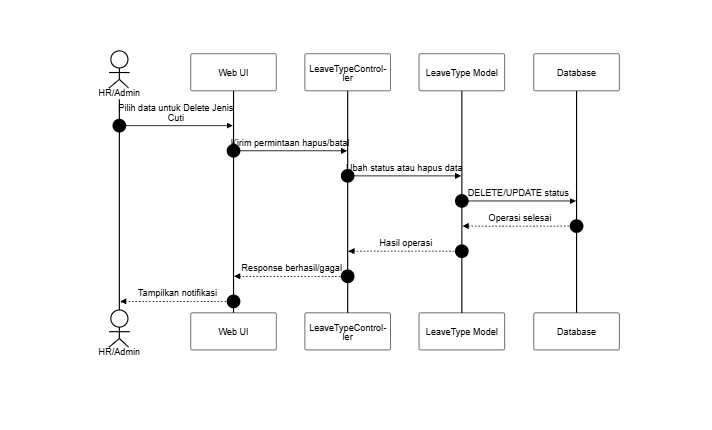
Above: docs/SequenceDiagram/PNG_Transparent/DataMasterJenisCuti-DeleteJenisCuti.png in SulaimanHafi23/SimpegRSHDI (Mermaid), before the change. Its source is kept beside it as docs/SequenceDiagram/DataMasterJenisCuti-DeleteJenisCuti.mermaid. Source of this version:
```mermaid
%%{init: {"theme": "base", "themeVariables": {"background": "#dddddd", "primaryColor": "#ffffff", "primaryBorderColor": "#000000", "primaryTextColor": "#000000", "lineColor": "#000000", "textColor": "#000000", "actorBkg": "#ffffff", "actorBorder": "#000000", "actorTextColor": "#000000", "activationBkgColor": "#ffffff", "activationBorderColor": "#000000", "signalColor": "#000000", "signalTextColor": "#000000", "labelBoxBkgColor": "#ffffff", "labelBoxBorderColor": "#000000", "labelTextColor": "#000000", "sequenceNumberColor": "#000000", "noteBkgColor": "#ffffff", "noteBorderColor": "#000000", "noteTextColor": "#000000"}, "sequence": {"useMaxWidth": true, "wrap": true, "messageFontSize": 12, "noteFontSize": 12}}}%%
sequenceDiagram
    autonumber
    actor A as HR/Admin
    participant UI as Web UI
    participant C as LeaveTypeController
    participant M as LeaveType Model
    participant DB as Database

    A->>UI: Pilih data untuk Delete Jenis Cuti
    UI->>C: Kirim permintaan hapus/batal
    C->>M: Ubah status atau hapus data
    M->>DB: DELETE/UPDATE status
    DB-->>M: Operasi selesai
    M-->>C: Hasil operasi
    C-->>UI: Response berhasil/gagal
    UI-->>A: Tampilkan notifikasi
```
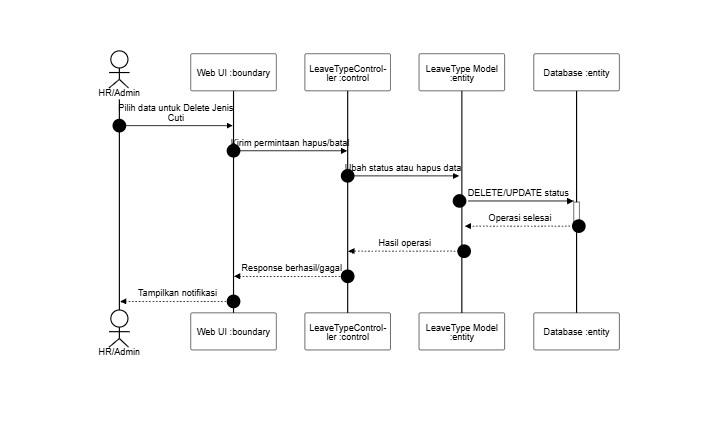
Later version of the same file.

What changed in the source:
```diff
@@ -2,16 +2,16 @@
 sequenceDiagram
     autonumber
     actor A as HR/Admin
-    participant UI as Web UI
-    participant C as LeaveTypeController
-    participant M as LeaveType Model
-    participant DB as Database
+    participant UI as Web UI :boundary
+    participant C as LeaveTypeController :control
+    participant M as LeaveType Model :entity
+    participant DB as Database :entity
 
     A->>UI: Pilih data untuk Delete Jenis Cuti
     UI->>C: Kirim permintaan hapus/batal
-    C->>M: Ubah status atau hapus data
-    M->>DB: DELETE/UPDATE status
-    DB-->>M: Operasi selesai
+    C->>+M: Ubah status atau hapus data
+    M->>+DB: DELETE/UPDATE status
+    DB-->>-M: Operasi selesai
     M-->>C: Hasil operasi
     C-->>UI: Response berhasil/gagal
     UI-->>A: Tampilkan notifikasi
```
